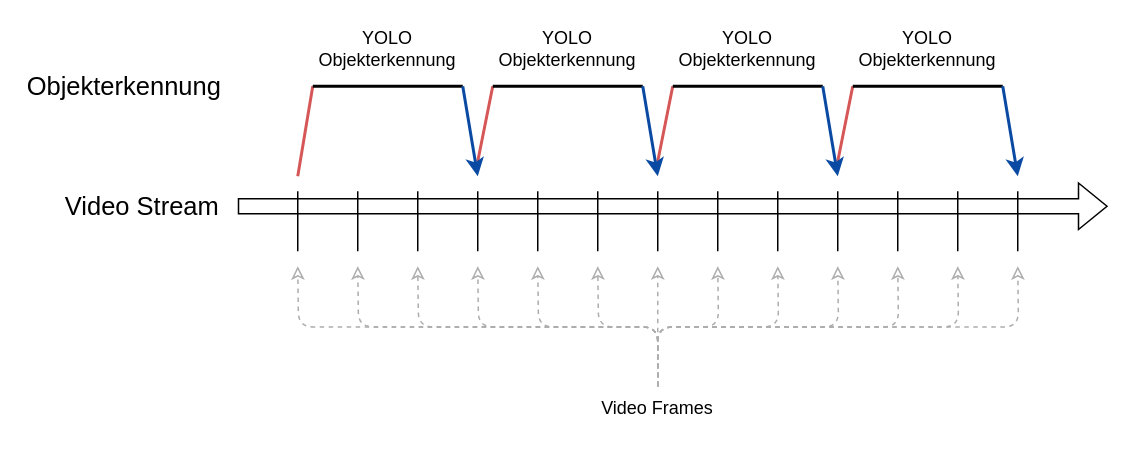
The draw.io diagram diagram/realtime-processing.drawio in xpl0t/traffic-sign-recognition, before the edit. Source tidied: cells renumbered, new cells numbered last; positions are measured from the earlier drawing's top-left corner, leaving out a move shared by most shapes. Both pictures are drawn from the tidied source at 150%, with x=0, y=0 at pixel (122, 26).
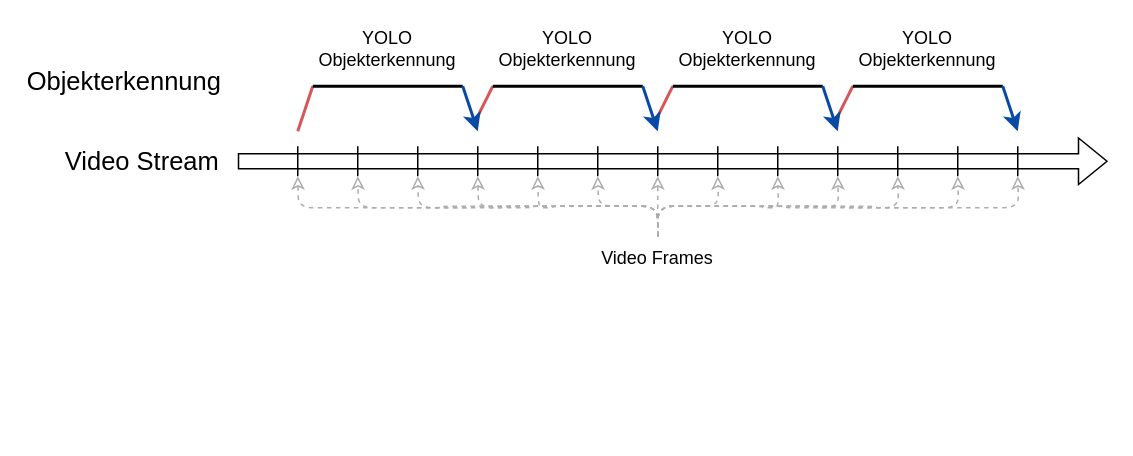
Above is the later version.

What changed in the source:
```diff
@@
     <mxCell id="2" style="shape=flexArrow;endArrow=classic;html=1;rounded=0;" parent="1" edge="1">
       <mxGeometry relative="1" as="geometry">
-        <mxPoint x="77" y="120" as="sourcePoint" />
-        <mxPoint x="657" y="120" as="targetPoint" />
+        <mxPoint x="77" y="90" as="sourcePoint" />
+        <mxPoint x="657" y="90" as="targetPoint" />
       </mxGeometry>
     </mxCell>
@@
-    <mxCell id="4" style="endArrow=none;html=1;rounded=0;" parent="1" edge="1">
+    <mxCell id="4" style="endArrow=none;html=1;rounded=0;endSize=6;startSize=6;jumpSize=6;" parent="1" edge="1">
       <mxGeometry relative="1" as="geometry">
-        <mxPoint x="117" y="150" as="sourcePoint" />
-        <mxPoint x="117" y="110" as="targetPoint" />
+        <mxPoint x="117" y="100" as="sourcePoint" />
+        <mxPoint x="117" y="80" as="targetPoint" />
       </mxGeometry>
     </mxCell>
-    <mxCell id="5" style="endArrow=none;html=1;rounded=0;" parent="1" edge="1">
+    <mxCell id="5" style="endArrow=none;html=1;rounded=0;endSize=6;startSize=6;jumpSize=6;" parent="1" edge="1">
       <mxGeometry relative="1" as="geometry">
-        <mxPoint x="157" y="150" as="sourcePoint" />
-        <mxPoint x="157" y="110" as="targetPoint" />
+        <mxPoint x="157" y="100" as="sourcePoint" />
+        <mxPoint x="157" y="80" as="targetPoint" />
       </mxGeometry>
     </mxCell>
-    <mxCell id="6" style="endArrow=none;html=1;rounded=0;" parent="1" edge="1">
+    <mxCell id="6" style="endArrow=none;html=1;rounded=0;endSize=6;startSize=6;jumpSize=6;" parent="1" edge="1">
       <mxGeometry relative="1" as="geometry">
-        <mxPoint x="197" y="150" as="sourcePoint" />
-        <mxPoint x="197" y="110" as="targetPoint" />
+        <mxPoint x="197" y="100" as="sourcePoint" />
+        <mxPoint x="197" y="80" as="targetPoint" />
       </mxGeometry>
     </mxCell>
-    <mxCell id="7" style="endArrow=none;html=1;rounded=0;" parent="1" edge="1">
+    <mxCell id="7" style="endArrow=none;html=1;rounded=0;endSize=6;startSize=6;jumpSize=6;" parent="1" edge="1">
       <mxGeometry relative="1" as="geometry">
-        <mxPoint x="237" y="150" as="sourcePoint" />
-        <mxPoint x="237" y="110" as="targetPoint" />
+        <mxPoint x="237" y="100" as="sourcePoint" />
+        <mxPoint x="237" y="80" as="targetPoint" />
       </mxGeometry>
     </mxCell>
-    <mxCell id="8" style="endArrow=none;html=1;rounded=0;" parent="1" edge="1">
+    <mxCell id="8" style="endArrow=none;html=1;rounded=0;endSize=6;startSize=6;jumpSize=6;" parent="1" edge="1">
       <mxGeometry relative="1" as="geometry">
-        <mxPoint x="277" y="150" as="sourcePoint" />
-        <mxPoint x="277" y="110" as="targetPoint" />
+        <mxPoint x="277" y="100" as="sourcePoint" />
+        <mxPoint x="277" y="80" as="targetPoint" />
       </mxGeometry>
     </mxCell>
-    <mxCell id="9" style="endArrow=none;html=1;rounded=0;" parent="1" edge="1">
+    <mxCell id="9" style="endArrow=none;html=1;rounded=0;endSize=6;startSize=6;jumpSize=6;" parent="1" edge="1">
       <mxGeometry relative="1" as="geometry">
-        <mxPoint x="317" y="150" as="sourcePoint" />
-        <mxPoint x="317" y="110" as="targetPoint" />
+        <mxPoint x="317" y="100" as="sourcePoint" />
+        <mxPoint x="317" y="80" as="targetPoint" />
       </mxGeometry>
     </mxCell>
-    <mxCell id="10" style="endArrow=none;html=1;rounded=0;" parent="1" edge="1">
+    <mxCell id="10" style="endArrow=none;html=1;rounded=0;endSize=6;startSize=6;jumpSize=6;" parent="1" edge="1">
       <mxGeometry relative="1" as="geometry">
-        <mxPoint x="357" y="150" as="sourcePoint" />
-        <mxPoint x="357" y="110" as="targetPoint" />
+        <mxPoint x="357" y="100" as="sourcePoint" />
+        <mxPoint x="357" y="80" as="targetPoint" />
       </mxGeometry>
     </mxCell>
-    <mxCell id="11" style="endArrow=none;html=1;rounded=0;" parent="1" edge="1">
+    <mxCell id="11" style="endArrow=none;html=1;rounded=0;endSize=6;startSize=6;jumpSize=6;" parent="1" edge="1">
       <mxGeometry relative="1" as="geometry">
-        <mxPoint x="397" y="150" as="sourcePoint" />
-        <mxPoint x="397" y="110" as="targetPoint" />
+        <mxPoint x="397" y="100" as="sourcePoint" />
+        <mxPoint x="397" y="80" as="targetPoint" />
       </mxGeometry>
     </mxCell>
-    <mxCell id="12" style="endArrow=none;html=1;rounded=0;" parent="1" edge="1">
+    <mxCell id="12" style="endArrow=none;html=1;rounded=0;endSize=6;startSize=6;jumpSize=6;" parent="1" edge="1">
       <mxGeometry relative="1" as="geometry">
-        <mxPoint x="437" y="150" as="sourcePoint" />
-        <mxPoint x="437" y="110" as="targetPoint" />
+        <mxPoint x="437" y="100" as="sourcePoint" />
+        <mxPoint x="437" y="80" as="targetPoint" />
       </mxGeometry>
     </mxCell>
-    <mxCell id="13" style="endArrow=none;html=1;rounded=0;" parent="1" edge="1">
+    <mxCell id="13" style="endArrow=none;html=1;rounded=0;endSize=6;startSize=6;jumpSize=6;" parent="1" edge="1">
       <mxGeometry relative="1" as="geometry">
-        <mxPoint x="477" y="150" as="sourcePoint" />
-        <mxPoint x="477" y="110" as="targetPoint" />
+        <mxPoint x="477" y="100" as="sourcePoint" />
+        <mxPoint x="477" y="80" as="targetPoint" />
       </mxGeometry>
     </mxCell>
-    <mxCell id="14" style="endArrow=none;html=1;rounded=0;" parent="1" edge="1">
+    <mxCell id="14" style="endArrow=none;html=1;rounded=0;endSize=6;startSize=6;jumpSize=6;" parent="1" edge="1">
       <mxGeometry relative="1" as="geometry">
-        <mxPoint x="517" y="150" as="sourcePoint" />
-        <mxPoint x="517" y="110" as="targetPoint" />
+        <mxPoint x="517" y="100" as="sourcePoint" />
+        <mxPoint x="517" y="80" as="targetPoint" />
       </mxGeometry>
     </mxCell>
-    <mxCell id="15" style="endArrow=none;html=1;rounded=0;" parent="1" edge="1">
+    <mxCell id="15" style="endArrow=none;html=1;rounded=0;endSize=6;startSize=6;jumpSize=6;" parent="1" edge="1">
       <mxGeometry relative="1" as="geometry">
-        <mxPoint x="557" y="150" as="sourcePoint" />
-        <mxPoint x="557" y="110" as="targetPoint" />
+        <mxPoint x="557" y="100" as="sourcePoint" />
+        <mxPoint x="557" y="80" as="targetPoint" />
       </mxGeometry>
     </mxCell>
-    <mxCell id="16" style="endArrow=none;html=1;rounded=0;" parent="1" edge="1">
+    <mxCell id="16" style="endArrow=none;html=1;rounded=0;endSize=6;startSize=6;jumpSize=6;" parent="1" edge="1">
       <mxGeometry relative="1" as="geometry">
-        <mxPoint x="597" y="150" as="sourcePoint" />
-        <mxPoint x="597" y="110" as="targetPoint" />
+        <mxPoint x="597" y="100" as="sourcePoint" />
+        <mxPoint x="597" y="80" as="targetPoint" />
       </mxGeometry>
     </mxCell>
     <mxCell id="17" style="endArrow=none;html=1;rounded=0;fillColor=#fff2cc;strokeColor=light-dark(#d65757, #6d5100);strokeWidth=2;curved=0;" parent="1" edge="1">
       <mxGeometry relative="1" as="geometry">
-        <mxPoint x="117" y="100" as="sourcePoint" />
+        <mxPoint x="117" y="70" as="sourcePoint" />
         <mxPoint x="127" y="40" as="targetPoint" />
       </mxGeometry>
     </mxCell>
@@
     <mxCell id="20" style="edgeStyle=orthogonalEdgeStyle;rounded=1;jettySize=auto;html=1;exitX=0.5;exitY=0;exitDx=0;exitDy=0;strokeWidth=1;dashed=1;curved=0;fillColor=#f5f5f5;strokeColor=#ADADAD;endArrow=classic;endFill=0;" parent="1" edge="1" source="33">
       <mxGeometry relative="1" as="geometry">
-        <mxPoint x="117" y="160" as="targetPoint" />
+        <mxPoint x="117" y="100" as="targetPoint" />
       </mxGeometry>
     </mxCell>
     <mxCell id="21" style="edgeStyle=orthogonalEdgeStyle;rounded=1;jettySize=auto;html=1;exitX=0.5;exitY=0;exitDx=0;exitDy=0;strokeWidth=1;dashed=1;curved=0;fillColor=#f5f5f5;strokeColor=#ADADAD;endArrow=classic;endFill=0;" parent="1" edge="1" source="33">
       <mxGeometry relative="1" as="geometry">
-        <mxPoint x="157" y="160" as="targetPoint" />
+        <mxPoint x="157" y="100" as="targetPoint" />
       </mxGeometry>
     </mxCell>
     <mxCell id="22" style="edgeStyle=orthogonalEdgeStyle;rounded=1;jettySize=auto;html=1;exitX=0.5;exitY=0;exitDx=0;exitDy=0;strokeWidth=1;dashed=1;curved=0;fillColor=#f5f5f5;strokeColor=#ADADAD;endArrow=classic;endFill=0;" parent="1" edge="1" source="33">
       <mxGeometry relative="1" as="geometry">
-        <mxPoint x="197" y="160" as="targetPoint" />
+        <mxPoint x="197" y="100" as="targetPoint" />
       </mxGeometry>
     </mxCell>
     <mxCell id="23" style="edgeStyle=orthogonalEdgeStyle;rounded=1;jettySize=auto;html=1;exitX=0.5;exitY=0;exitDx=0;exitDy=0;strokeWidth=1;dashed=1;curved=0;fillColor=#f5f5f5;strokeColor=#ADADAD;endArrow=classic;endFill=0;" parent="1" edge="1" source="33">
       <mxGeometry relative="1" as="geometry">
-        <mxPoint x="237" y="160" as="targetPoint" />
+        <mxPoint x="237" y="100" as="targetPoint" />
       </mxGeometry>
     </mxCell>
     <mxCell id="24" style="edgeStyle=orthogonalEdgeStyle;rounded=1;jettySize=auto;html=1;exitX=0.5;exitY=0;exitDx=0;exitDy=0;strokeWidth=1;dashed=1;curved=0;fillColor=#f5f5f5;strokeColor=#ADADAD;endArrow=classic;endFill=0;" parent="1" edge="1" source="33">
       <mxGeometry relative="1" as="geometry">
-        <mxPoint x="277" y="160" as="targetPoint" />
+        <mxPoint x="277" y="100" as="targetPoint" />
       </mxGeometry>
     </mxCell>
     <mxCell id="25" style="edgeStyle=orthogonalEdgeStyle;rounded=1;jettySize=auto;html=1;exitX=0.5;exitY=0;exitDx=0;exitDy=0;strokeWidth=1;dashed=1;curved=0;fillColor=#f5f5f5;strokeColor=#ADADAD;endArrow=classic;endFill=0;" parent="1" edge="1" source="33">
       <mxGeometry relative="1" as="geometry">
-        <mxPoint x="317" y="160" as="targetPoint" />
+        <mxPoint x="317" y="100" as="targetPoint" />
       </mxGeometry>
     </mxCell>
     <mxCell id="26" style="edgeStyle=orthogonalEdgeStyle;rounded=1;jettySize=auto;html=1;exitX=0.5;exitY=0;exitDx=0;exitDy=0;strokeWidth=1;dashed=1;curved=0;fillColor=#f5f5f5;strokeColor=#ADADAD;endArrow=classic;endFill=0;" parent="1" edge="1" source="33">
       <mxGeometry relative="1" as="geometry">
-        <mxPoint x="357" y="160" as="targetPoint" />
+        <mxPoint x="357" y="100" as="targetPoint" />
       </mxGeometry>
     </mxCell>
     <mxCell id="27" style="edgeStyle=orthogonalEdgeStyle;rounded=1;jettySize=auto;html=1;exitX=0.5;exitY=0;exitDx=0;exitDy=0;strokeWidth=1;dashed=1;curved=0;fillColor=#f5f5f5;strokeColor=#ADADAD;endArrow=classic;endFill=0;" parent="1" edge="1" source="33">
       <mxGeometry relative="1" as="geometry">
-        <mxPoint x="397" y="160" as="targetPoint" />
+        <mxPoint x="397" y="100" as="targetPoint" />
       </mxGeometry>
     </mxCell>
     <mxCell id="28" style="edgeStyle=orthogonalEdgeStyle;rounded=1;jettySize=auto;html=1;exitX=0.5;exitY=0;exitDx=0;exitDy=0;strokeWidth=1;dashed=1;curved=0;fillColor=#f5f5f5;strokeColor=#ADADAD;endArrow=classic;endFill=0;" parent="1" edge="1" source="33">
       <mxGeometry relative="1" as="geometry">
-        <mxPoint x="437" y="160" as="targetPoint" />
+        <mxPoint x="437" y="100" as="targetPoint" />
       </mxGeometry>
     </mxCell>
     <mxCell id="29" style="edgeStyle=orthogonalEdgeStyle;rounded=1;jettySize=auto;html=1;exitX=0.5;exitY=0;exitDx=0;exitDy=0;strokeWidth=1;dashed=1;curved=0;fillColor=#f5f5f5;strokeColor=#ADADAD;endArrow=classic;endFill=0;" parent="1" edge="1" source="33">
       <mxGeometry relative="1" as="geometry">
-        <mxPoint x="477" y="160" as="targetPoint" />
+        <mxPoint x="477" y="100" as="targetPoint" />
       </mxGeometry>
     </mxCell>
     <mxCell id="30" style="edgeStyle=orthogonalEdgeStyle;rounded=1;jettySize=auto;html=1;exitX=0.5;exitY=0;exitDx=0;exitDy=0;strokeWidth=1;dashed=1;curved=0;fillColor=#f5f5f5;strokeColor=#ADADAD;endArrow=classic;endFill=0;" parent="1" edge="1" source="33">
       <mxGeometry relative="1" as="geometry">
-        <mxPoint x="517" y="160" as="targetPoint" />
+        <mxPoint x="517" y="100" as="targetPoint" />
       </mxGeometry>
     </mxCell>
     <mxCell id="31" style="edgeStyle=orthogonalEdgeStyle;rounded=1;jettySize=auto;html=1;exitX=0.5;exitY=0;exitDx=0;exitDy=0;strokeWidth=1;dashed=1;curved=0;fillColor=#f5f5f5;strokeColor=#ADADAD;endArrow=classic;endFill=0;" parent="1" edge="1" source="33">
       <mxGeometry relative="1" as="geometry">
-        <mxPoint x="557" y="160" as="targetPoint" />
+        <mxPoint x="557" y="100" as="targetPoint" />
       </mxGeometry>
     </mxCell>
     <mxCell id="32" style="edgeStyle=orthogonalEdgeStyle;rounded=1;jettySize=auto;html=1;exitX=0.5;exitY=0;exitDx=0;exitDy=0;strokeWidth=1;dashed=1;curved=0;fillColor=#f5f5f5;strokeColor=#ADADAD;endArrow=classic;endFill=0;" parent="1" edge="1" source="33">
       <mxGeometry relative="1" as="geometry">
-        <mxPoint x="597" y="160" as="targetPoint" />
+        <mxPoint x="597" y="100" as="targetPoint" />
       </mxGeometry>
     </mxCell>
     <mxCell id="33" value="Video Frames" style="text;html=1;whiteSpace=wrap;strokeColor=none;fillColor=none;align=center;verticalAlign=middle;rounded=0;" parent="1" vertex="1">
-      <mxGeometry x="307" y="240" width="100" height="30" as="geometry" />
+      <mxGeometry x="307" y="140" width="100" height="30" as="geometry" />
     </mxCell>
     <mxCell id="34" value="Objekterkennung" style="edgeLabel;html=1;align=center;verticalAlign=middle;fontSize=17;labelBackgroundColor=none;" parent="1" vertex="1">
-      <mxGeometry y="40" as="geometry" />
+      <mxGeometry y="37" as="geometry" />
     </mxCell>
     <mxCell id="35" style="endArrow=none;html=1;rounded=1;fillColor=#fff2cc;strokeColor=light-dark(#d65757, #6d5100);strokeWidth=2;curved=0;" parent="1" edge="1">
       <mxGeometry relative="1" as="geometry">
-        <mxPoint x="237" y="90" as="sourcePoint" />
+        <mxPoint x="237" y="60" as="sourcePoint" />
         <mxPoint x="247" y="40" as="targetPoint" />
       </mxGeometry>
     </mxCell>
@@
     <mxCell id="38" style="endArrow=none;html=1;rounded=1;fillColor=#fff2cc;strokeColor=light-dark(#d65757, #6d5100);strokeWidth=2;curved=0;" parent="1" edge="1">
       <mxGeometry relative="1" as="geometry">
-        <mxPoint x="357" y="90" as="sourcePoint" />
+        <mxPoint x="357" y="60" as="sourcePoint" />
         <mxPoint x="367" y="40" as="targetPoint" />
       </mxGeometry>
     </mxCell>
@@
     <mxCell id="41" style="endArrow=none;html=1;rounded=1;fillColor=#fff2cc;strokeColor=light-dark(#d65757, #6d5100);strokeWidth=2;curved=0;" parent="1" edge="1">
       <mxGeometry relative="1" as="geometry">
-        <mxPoint x="477" y="90" as="sourcePoint" />
+        <mxPoint x="477" y="60" as="sourcePoint" />
         <mxPoint x="487" y="40" as="targetPoint" />
       </mxGeometry>
     </mxCell>
@@
     <mxCell id="43" style="endArrow=classic;html=1;rounded=0;strokeWidth=2;fillColor=#dae8fc;strokeColor=light-dark(#0a4aa3, #5c79a3);" parent="1" edge="1">
       <mxGeometry relative="1" as="geometry">
         <mxPoint x="587" y="40" as="sourcePoint" />
-        <mxPoint x="597" y="100" as="targetPoint" />
+        <mxPoint x="597" y="70" as="targetPoint" />
       </mxGeometry>
     </mxCell>
@@
     <mxCell id="45" style="endArrow=classic;html=1;rounded=0;strokeWidth=2;fillColor=#dae8fc;strokeColor=light-dark(#0a4aa3, #5c79a3);" parent="1" edge="1">
       <mxGeometry relative="1" as="geometry">
         <mxPoint x="227" y="40" as="sourcePoint" />
-        <mxPoint x="237" y="100" as="targetPoint" />
+        <mxPoint x="237" y="70" as="targetPoint" />
       </mxGeometry>
     </mxCell>
     <mxCell id="46" style="endArrow=classic;html=1;rounded=0;strokeWidth=2;fillColor=#dae8fc;strokeColor=light-dark(#0a4aa3, #5c79a3);" parent="1" edge="1">
       <mxGeometry relative="1" as="geometry">
         <mxPoint x="347" y="40" as="sourcePoint" />
-        <mxPoint x="357" y="100" as="targetPoint" />
+        <mxPoint x="357" y="70" as="targetPoint" />
       </mxGeometry>
     </mxCell>
     <mxCell id="47" style="endArrow=classic;html=1;rounded=0;strokeWidth=2;fillColor=#dae8fc;strokeColor=light-dark(#0a4aa3, #5c79a3);" parent="1" edge="1">
       <mxGeometry relative="1" as="geometry">
         <mxPoint x="467" y="40" as="sourcePoint" />
-        <mxPoint x="477" y="100" as="targetPoint" />
+        <mxPoint x="477" y="70" as="targetPoint" />
       </mxGeometry>
     </mxCell>
```
